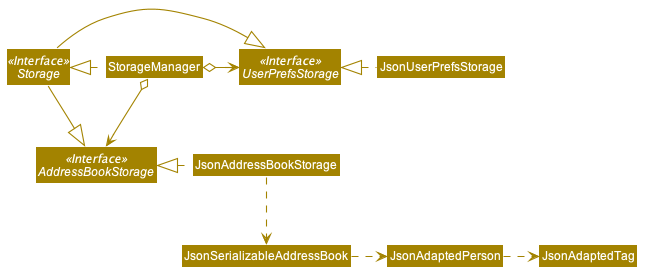
This is docs/images/StorageClassDiagram.png from nus-cs2103-AY2021S2/tp, a PlantUML export, as it was before one commit.
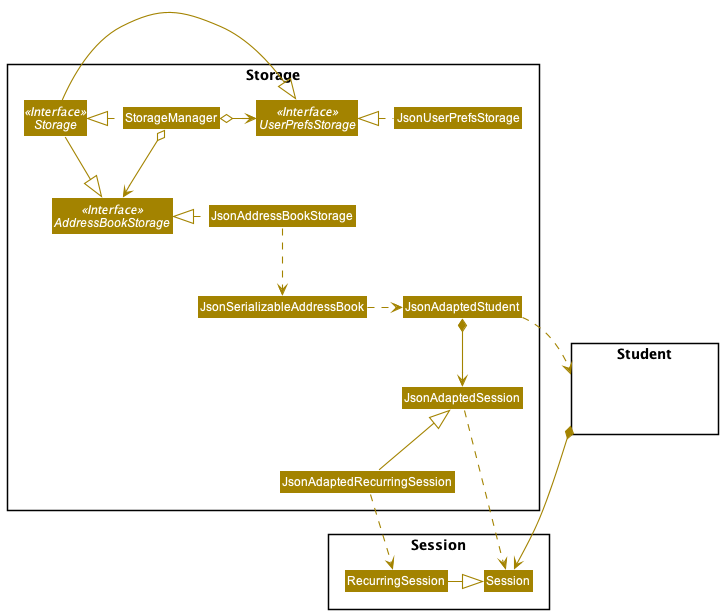
The same file after the commit.

Commit message:
First iteration of storage component DG

Change to the diagram source:
```diff
@@ -1,56 +1,10 @@
 @startuml
+!include style.puml
+skinparam arrowThickness 1.1
+skinparam arrowColor STORAGE_COLOR
+skinparam classBackgroundColor STORAGE_COLOR
 
-
-
-
-
-
-
-
-skinparam BackgroundColor #FFFFFFF
-
-skinparam Shadowing false
-
-skinparam Class {
-    FontColor #FFFFFF
-    BorderThickness 1
-    BorderColor #FFFFFF
-    StereotypeFontColor #FFFFFF
-    FontName Arial
-}
-
-skinparam Actor {
-    BorderColor #000000
-    Color #000000
-    FontName Arial
-}
-
-skinparam Sequence {
-    MessageAlign center
-    BoxFontSize 15
-    BoxPadding 0
-    BoxFontColor #FFFFFF
-    FontName Arial
-}
-
-skinparam Participant {
-    FontColor #FFFFFFF
-    Padding 20
-}
-
-skinparam MinClassWidth 50
-skinparam ParticipantPadding 10
-skinparam Shadowing false
-skinparam DefaultTextAlignment center
-skinparam packageStyle Rectangle
-
-hide footbox
-hide members
-hide circle
-skinparam arrowThickness 1.1
-skinparam arrowColor #A38300
-skinparam classBackgroundColor #A38300
-
+package Storage {
 Interface Storage <<Interface>>
 Interface UserPrefsStorage <<Interface>>
 Interface AddressBookStorage <<Interface>>
@@ -58,6 +12,20 @@
 Class StorageManager
 Class JsonUserPrefsStorage
 Class JsonAddressBookStorage
+Class JsonSerializableAddressBook
+Class JsonAdaptedStudent
+Class JsonAdaptedSession
+Class JsonAdaptedRecurringSession
+}
+
+package Student {
+Class HiddenModel #FFFFFF
+}
+
+package Session {
+Class Session
+Class RecurringSession
+}
 
 StorageManager .left.|> Storage
 StorageManager o-right-> UserPrefsStorage
@@ -69,6 +37,16 @@
 JsonUserPrefsStorage .left.|> UserPrefsStorage
 JsonAddressBookStorage .left.|> AddressBookStorage
 JsonAddressBookStorage .down.> JsonSerializableAddressBook
-JsonSerializableAddressBook .right.> JsonAdaptedPerson
-JsonAdaptedPerson .right.> JsonAdaptedTag
+JsonSerializableAddressBook .right.> JsonAdaptedStudent
+JsonAdaptedStudent *--> JsonAdaptedSession
+
+JsonAdaptedSession <|-- JsonAdaptedRecurringSession
+
+JsonAdaptedStudent ..> Student
+
+Session <|- RecurringSession
+JsonAdaptedSession ..> Session
+JsonAdaptedRecurringSession ..> RecurringSession
+
+Student *--> Session
 @enduml
```
